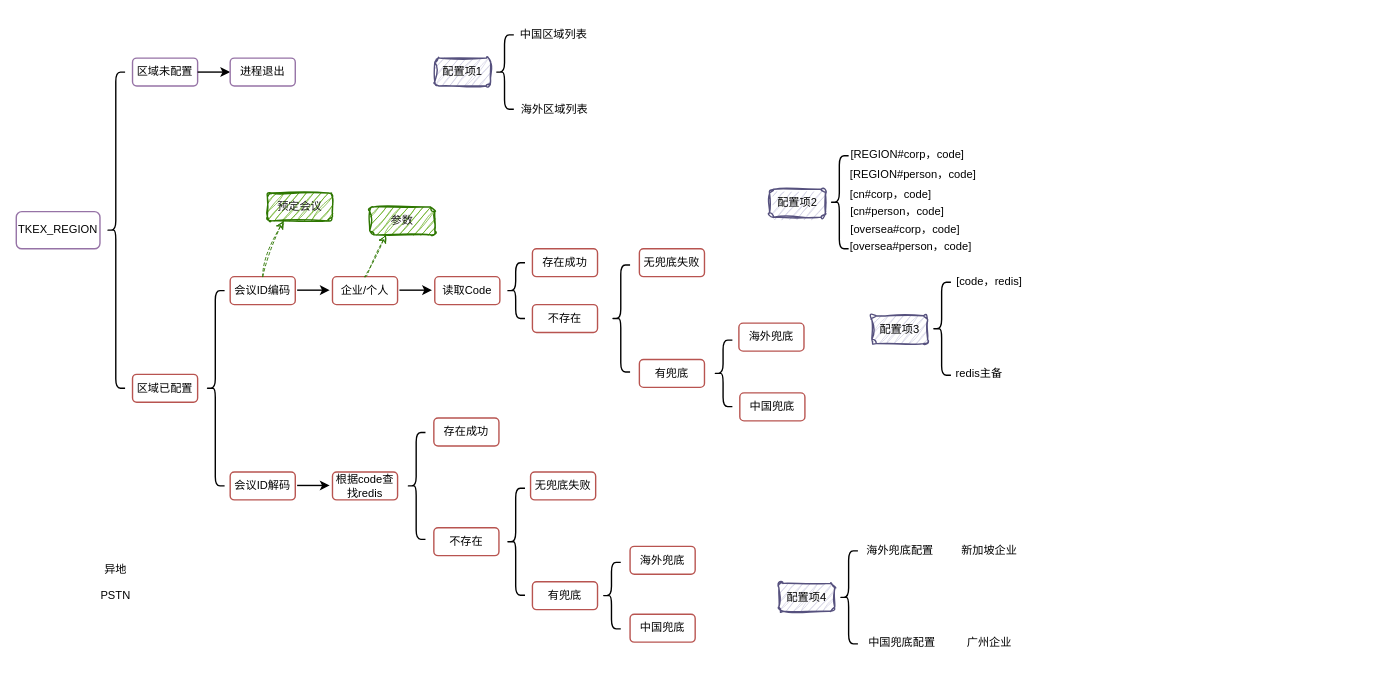
This is base/数据隔离和异地多活配置.drawio from melonshell/draw.io, a draw.io file, before an edit. Source tidied: cells renumbered, new cells numbered last; positions are measured from the earlier drawing's top-left corner, leaving out a move shared by most shapes. Both pictures are drawn from the tidied source at 93%, with x=0, y=0 at pixel (16, 16).
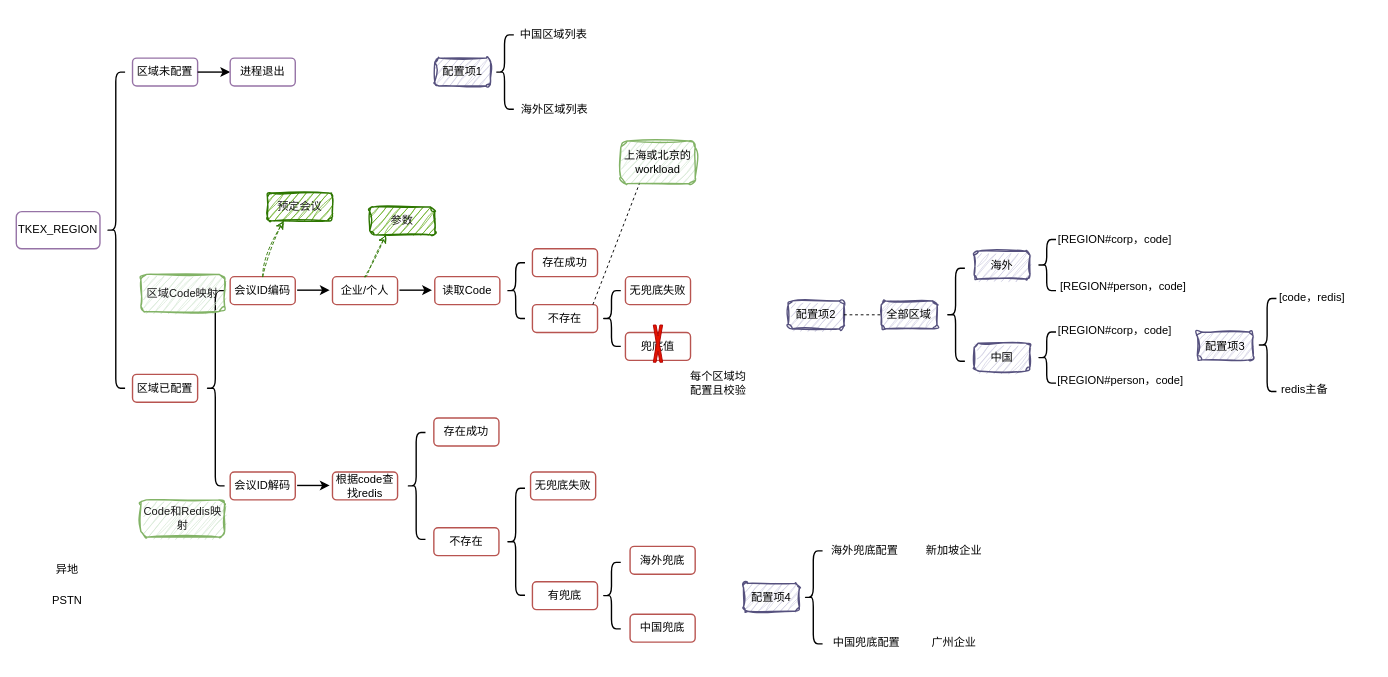
The same diagram, later.

Commit message (it also covers changes not shown here):
更新数据隔离和异地多活配置.drawio

Change to the diagram source:
```diff
@@
     <mxCell id="19" value="[REGION#corp，code]" style="rounded=1;whiteSpace=wrap;html=1;fillColor=none;strokeColor=none;strokeWidth=1.5;sketch=1;curveFitting=1;jiggle=2;" parent="1" vertex="1">
-      <mxGeometry x="895" y="129" width="127" height="40" as="geometry" />
+      <mxGeometry x="1118" y="220" width="127" height="40" as="geometry" />
     </mxCell>
     <mxCell id="20" value="配置项2" style="rounded=1;whiteSpace=wrap;html=1;fillColor=#d0cee2;strokeColor=#56517e;strokeWidth=1.5;shadow=0;sketch=1;curveFitting=1;jiggle=2;" parent="1" vertex="1">
-      <mxGeometry x="810" y="186" width="60" height="30" as="geometry" />
+      <mxGeometry x="830" y="306" width="60" height="30" as="geometry" />
     </mxCell>
     <mxCell id="21" style="shape=curlyBracket;whiteSpace=wrap;html=1;rounded=1;labelPosition=left;verticalLabelPosition=middle;align=right;verticalAlign=middle;strokeWidth=1.5;" parent="1" vertex="1">
-      <mxGeometry x="875" y="150" width="20" height="100" as="geometry" />
+      <mxGeometry x="1000" y="271" width="20" height="100" as="geometry" />
     </mxCell>
@@
-    <mxCell id="27" style="shape=curlyBracket;whiteSpace=wrap;html=1;rounded=1;labelPosition=left;verticalLabelPosition=middle;align=right;verticalAlign=middle;strokeWidth=1.5;" parent="1" vertex="1">
-      <mxGeometry x="640" y="267.5" width="20" height="115" as="geometry" />
-    </mxCell>
-    <mxCell id="28" value="海外兜底" style="rounded=1;whiteSpace=wrap;html=1;fillColor=none;strokeColor=#b85450;strokeWidth=1.5;" parent="1" vertex="1">
-      <mxGeometry x="777" y="330" width="70" height="30" as="geometry" />
-    </mxCell>
-    <mxCell id="29" value="中国兜底" style="rounded=1;whiteSpace=wrap;html=1;fillColor=none;strokeColor=#b85450;strokeWidth=1.5;" parent="1" vertex="1">
-      <mxGeometry x="778" y="405" width="70" height="30" as="geometry" />
-    </mxCell>
-    <mxCell id="30" value="无兜底失败" style="rounded=1;whiteSpace=wrap;html=1;fillColor=none;strokeColor=#b85450;strokeWidth=1.5;" parent="1" vertex="1">
-      <mxGeometry x="670" y="250" width="70" height="30" as="geometry" />
-    </mxCell>
-    <mxCell id="31" value="有兜底" style="rounded=1;whiteSpace=wrap;html=1;fillColor=none;strokeColor=#b85450;strokeWidth=1.5;" parent="1" vertex="1">
-      <mxGeometry x="670" y="369" width="70" height="30" as="geometry" />
-    </mxCell>
-    <mxCell id="32" style="shape=curlyBracket;whiteSpace=wrap;html=1;rounded=1;labelPosition=left;verticalLabelPosition=middle;align=right;verticalAlign=middle;strokeWidth=1.5;" parent="1" vertex="1">
-      <mxGeometry x="750" y="348.2" width="20" height="71.5" as="geometry" />
-    </mxCell>
-    <mxCell id="33" value="[cn#corp，code]" style="rounded=1;whiteSpace=wrap;html=1;fillColor=none;strokeColor=none;strokeWidth=1.5;sketch=1;curveFitting=1;jiggle=2;" parent="1" vertex="1">
-      <mxGeometry x="877" y="172" width="127" height="40" as="geometry" />
-    </mxCell>
     <mxCell id="34" value="[REGION#person，code]" style="rounded=1;whiteSpace=wrap;html=1;fillColor=none;strokeColor=none;strokeWidth=1.5;sketch=1;curveFitting=1;jiggle=2;" parent="1" vertex="1">
-      <mxGeometry x="892" y="150" width="145" height="40" as="geometry" />
+      <mxGeometry x="1118" y="271" width="145" height="40" as="geometry" />
     </mxCell>
-    <mxCell id="35" value="[cn#person，code]" style="rounded=1;whiteSpace=wrap;html=1;fillColor=none;strokeColor=none;strokeWidth=1.5;sketch=1;curveFitting=1;jiggle=2;" parent="1" vertex="1">
-      <mxGeometry x="884" y="190" width="127" height="40" as="geometry" />
-    </mxCell>
-    <mxCell id="36" value="[oversea#corp，code]" style="rounded=1;whiteSpace=wrap;html=1;fillColor=none;strokeColor=none;strokeWidth=1.5;sketch=1;curveFitting=1;jiggle=2;" parent="1" vertex="1">
-      <mxGeometry x="883" y="210" width="146" height="40" as="geometry" />
-    </mxCell>
-    <mxCell id="37" value="[oversea#person，code]" style="rounded=1;whiteSpace=wrap;html=1;fillColor=none;strokeColor=none;strokeWidth=1.5;sketch=1;curveFitting=1;jiggle=2;" parent="1" vertex="1">
-      <mxGeometry x="889" y="227.5" width="146" height="40" as="geometry" />
-    </mxCell>
@@
     <mxCell id="51" value="海外兜底配置" style="rounded=1;whiteSpace=wrap;html=1;fillColor=none;strokeColor=none;strokeWidth=1.5;sketch=1;curveFitting=1;jiggle=2;" parent="1" vertex="1">
-      <mxGeometry x="886.5" y="555" width="127" height="40" as="geometry" />
+      <mxGeometry x="848.5" y="555" width="127" height="40" as="geometry" />
     </mxCell>
     <mxCell id="52" value="配置项4" style="rounded=1;whiteSpace=wrap;html=1;fillColor=#d0cee2;strokeColor=#56517e;strokeWidth=1.5;shadow=0;sketch=1;curveFitting=1;jiggle=2;" parent="1" vertex="1">
-      <mxGeometry x="820" y="609.8" width="60" height="30" as="geometry" />
+      <mxGeometry x="782" y="609.8" width="60" height="30" as="geometry" />
     </mxCell>
     <mxCell id="53" style="shape=curlyBracket;whiteSpace=wrap;html=1;rounded=1;labelPosition=left;verticalLabelPosition=middle;align=right;verticalAlign=middle;strokeWidth=1.5;" parent="1" vertex="1">
-      <mxGeometry x="885" y="574.8" width="20" height="100" as="geometry" />
+      <mxGeometry x="847" y="574.8" width="20" height="100" as="geometry" />
     </mxCell>
     <mxCell id="54" value="[code，redis]" style="rounded=1;whiteSpace=wrap;html=1;fillColor=none;strokeColor=none;strokeWidth=1.5;sketch=1;curveFitting=1;jiggle=2;" parent="1" vertex="1">
-      <mxGeometry x="983" y="265" width="127" height="40" as="geometry" />
+      <mxGeometry x="1330" y="282.5" width="127" height="40" as="geometry" />
     </mxCell>
     <mxCell id="55" value="配置项3" style="rounded=1;whiteSpace=wrap;html=1;fillColor=#d0cee2;strokeColor=#56517e;strokeWidth=1.5;shadow=0;sketch=1;curveFitting=1;jiggle=2;" parent="1" vertex="1">
-      <mxGeometry x="920" y="322" width="60" height="30" as="geometry" />
+      <mxGeometry x="1270" y="339.5" width="60" height="30" as="geometry" />
     </mxCell>
     <mxCell id="56" style="shape=curlyBracket;whiteSpace=wrap;html=1;rounded=1;labelPosition=left;verticalLabelPosition=middle;align=right;verticalAlign=middle;strokeWidth=1.5;" parent="1" vertex="1">
-      <mxGeometry x="985" y="286" width="20" height="100" as="geometry" />
+      <mxGeometry x="1335" y="303.5" width="20" height="100" as="geometry" />
     </mxCell>
     <mxCell id="57" value="redis主备" style="rounded=1;whiteSpace=wrap;html=1;fillColor=none;strokeColor=none;strokeWidth=1.5;sketch=1;curveFitting=1;jiggle=2;" parent="1" vertex="1">
-      <mxGeometry x="972" y="364" width="127" height="40" as="geometry" />
+      <mxGeometry x="1322" y="381.5" width="127" height="40" as="geometry" />
     </mxCell>
     <mxCell id="58" value="中国兜底配置" style="rounded=1;whiteSpace=wrap;html=1;fillColor=none;strokeColor=none;strokeWidth=1.5;sketch=1;curveFitting=1;jiggle=2;" parent="1" vertex="1">
-      <mxGeometry x="889" y="654" width="127" height="40" as="geometry" />
+      <mxGeometry x="851" y="654" width="127" height="40" as="geometry" />
     </mxCell>
     <mxCell id="59" value="广州企业" style="rounded=1;whiteSpace=wrap;html=1;fillColor=none;strokeColor=none;strokeWidth=1.5;sketch=1;curveFitting=1;jiggle=2;" parent="1" vertex="1">
-      <mxGeometry x="983" y="654" width="127" height="40" as="geometry" />
+      <mxGeometry x="945" y="654" width="127" height="40" as="geometry" />
     </mxCell>
     <mxCell id="60" value="新加坡企业" style="rounded=1;whiteSpace=wrap;html=1;fillColor=none;strokeColor=none;strokeWidth=1.5;sketch=1;curveFitting=1;jiggle=2;" parent="1" vertex="1">
-      <mxGeometry x="983" y="555" width="127" height="40" as="geometry" />
+      <mxGeometry x="945" y="555" width="127" height="40" as="geometry" />
     </mxCell>
     <mxCell id="61" value="异地" style="rounded=1;whiteSpace=wrap;html=1;fillColor=none;strokeColor=none;strokeWidth=1.5;sketch=1;curveFitting=1;jiggle=2;" parent="1" vertex="1">
-      <mxGeometry x="62" y="574.8" width="90" height="40" as="geometry" />
+      <mxGeometry x="10" y="574.8" width="90" height="40" as="geometry" />
     </mxCell>
     <mxCell id="62" value="PSTN" style="rounded=1;whiteSpace=wrap;html=1;fillColor=none;strokeColor=none;strokeWidth=1.5;sketch=1;curveFitting=1;jiggle=2;" parent="1" vertex="1">
-      <mxGeometry x="62" y="603" width="90" height="40" as="geometry" />
+      <mxGeometry x="10" y="608" width="90" height="40" as="geometry" />
     </mxCell>
+    <mxCell id="63" value="上海或北京的workload" style="rounded=1;whiteSpace=wrap;html=1;fillColor=#d5e8d4;strokeColor=#82b366;strokeWidth=1.5;shadow=0;sketch=1;curveFitting=1;jiggle=2;" parent="1" vertex="1">
+      <mxGeometry x="650" y="134" width="80" height="46" as="geometry" />
+    </mxCell>
+    <mxCell id="64" style="endArrow=none;dashed=1;html=1;rounded=0;entryX=0.25;entryY=1;entryDx=0;entryDy=0;" parent="1" edge="1" target="63">
+      <mxGeometry relative="1" as="geometry">
+        <mxPoint x="620" y="310" as="sourcePoint" />
+      </mxGeometry>
+    </mxCell>
+    <mxCell id="65" value="全部区域" style="rounded=1;whiteSpace=wrap;html=1;fillColor=#d0cee2;strokeColor=#56517e;strokeWidth=1.5;shadow=0;sketch=1;curveFitting=1;jiggle=2;" parent="1" vertex="1">
+      <mxGeometry x="930" y="306" width="60" height="30" as="geometry" />
+    </mxCell>
+    <mxCell id="66" style="endArrow=none;dashed=1;html=1;rounded=0;entryX=0;entryY=0.5;entryDx=0;entryDy=0;exitX=1;exitY=0.5;exitDx=0;exitDy=0;" parent="1" edge="1" source="20" target="65">
+      <mxGeometry relative="1" as="geometry" />
+    </mxCell>
+    <mxCell id="67" value="海外" style="rounded=1;whiteSpace=wrap;html=1;fillColor=#d0cee2;strokeColor=#56517e;strokeWidth=1.5;shadow=0;sketch=1;curveFitting=1;jiggle=2;" parent="1" vertex="1">
+      <mxGeometry x="1030" y="252.5" width="60" height="30" as="geometry" />
+    </mxCell>
+    <mxCell id="68" value="中国" style="rounded=1;whiteSpace=wrap;html=1;fillColor=#d0cee2;strokeColor=#56517e;strokeWidth=1.5;shadow=0;sketch=1;curveFitting=1;jiggle=2;" parent="1" vertex="1">
+      <mxGeometry x="1030" y="351.5" width="60" height="30" as="geometry" />
+    </mxCell>
+    <mxCell id="69" style="shape=curlyBracket;whiteSpace=wrap;html=1;rounded=1;labelPosition=left;verticalLabelPosition=middle;align=right;verticalAlign=middle;strokeWidth=1.5;" parent="1" vertex="1">
+      <mxGeometry x="1098" y="240" width="20" height="55" as="geometry" />
+    </mxCell>
+    <mxCell id="70" style="shape=curlyBracket;whiteSpace=wrap;html=1;rounded=1;labelPosition=left;verticalLabelPosition=middle;align=right;verticalAlign=middle;strokeWidth=1.5;" parent="1" vertex="1">
+      <mxGeometry x="1098" y="339.5" width="20" height="55" as="geometry" />
+    </mxCell>
+    <mxCell id="71" value="[REGION#corp，code]" style="rounded=1;whiteSpace=wrap;html=1;fillColor=none;strokeColor=none;strokeWidth=1.5;sketch=1;curveFitting=1;jiggle=2;" parent="1" vertex="1">
+      <mxGeometry x="1118" y="317.5" width="127" height="40" as="geometry" />
+    </mxCell>
+    <mxCell id="72" value="[REGION#person，code]" style="rounded=1;whiteSpace=wrap;html=1;fillColor=none;strokeColor=none;strokeWidth=1.5;sketch=1;curveFitting=1;jiggle=2;" parent="1" vertex="1">
+      <mxGeometry x="1115" y="372" width="145" height="40" as="geometry" />
+    </mxCell>
+    <mxCell id="73" style="shape=curlyBracket;whiteSpace=wrap;html=1;rounded=1;labelPosition=left;verticalLabelPosition=middle;align=right;verticalAlign=middle;strokeWidth=1.5;" parent="1" vertex="1">
+      <mxGeometry x="630" y="295" width="20" height="60" as="geometry" />
+    </mxCell>
+    <mxCell id="30" value="无兜底失败" style="rounded=1;whiteSpace=wrap;html=1;fillColor=none;strokeColor=#b85450;strokeWidth=1.5;" parent="1" vertex="1">
+      <mxGeometry x="655" y="280" width="70" height="30" as="geometry" />
+    </mxCell>
+    <mxCell id="74" value="兜底值" style="rounded=1;whiteSpace=wrap;html=1;fillColor=none;strokeColor=#b85450;strokeWidth=1.5;" parent="1" vertex="1">
+      <mxGeometry x="655" y="340" width="70" height="30" as="geometry" />
+    </mxCell>
+    <mxCell id="75" style="verticalLabelPosition=bottom;verticalAlign=top;html=1;shape=mxgraph.basic.x;fillColor=#e51400;strokeColor=#B20000;fontColor=#ffffff;" parent="1" vertex="1">
+      <mxGeometry x="685" y="332" width="10" height="40" as="geometry" />
+    </mxCell>
+    <mxCell id="76" value="&lt;font color=&quot;#1a1a1a&quot;&gt;区域Code映射&lt;/font&gt;" style="rounded=1;whiteSpace=wrap;html=1;fillColor=#d5e8d4;strokeColor=#82b366;strokeWidth=1.5;sketch=1;curveFitting=1;jiggle=2;" parent="1" vertex="1">
+      <mxGeometry x="134" y="277.5" width="90" height="40" as="geometry" />
+    </mxCell>
+    <mxCell id="77" value="&lt;font color=&quot;#1a1a1a&quot;&gt;Code和Redis映射&lt;/font&gt;" style="rounded=1;whiteSpace=wrap;html=1;fillColor=#d5e8d4;strokeColor=#82b366;strokeWidth=1.5;sketch=1;curveFitting=1;jiggle=2;" parent="1" vertex="1">
+      <mxGeometry x="134" y="520" width="90" height="40" as="geometry" />
+    </mxCell>
+    <mxCell id="78" value="每个区域均配置且校验" style="rounded=1;whiteSpace=wrap;html=1;fillColor=none;strokeColor=none;strokeWidth=1.5;sketch=1;curveFitting=1;jiggle=2;" parent="1" vertex="1">
+      <mxGeometry x="720" y="369.5" width="70" height="50.5" as="geometry" />
+    </mxCell>
```
